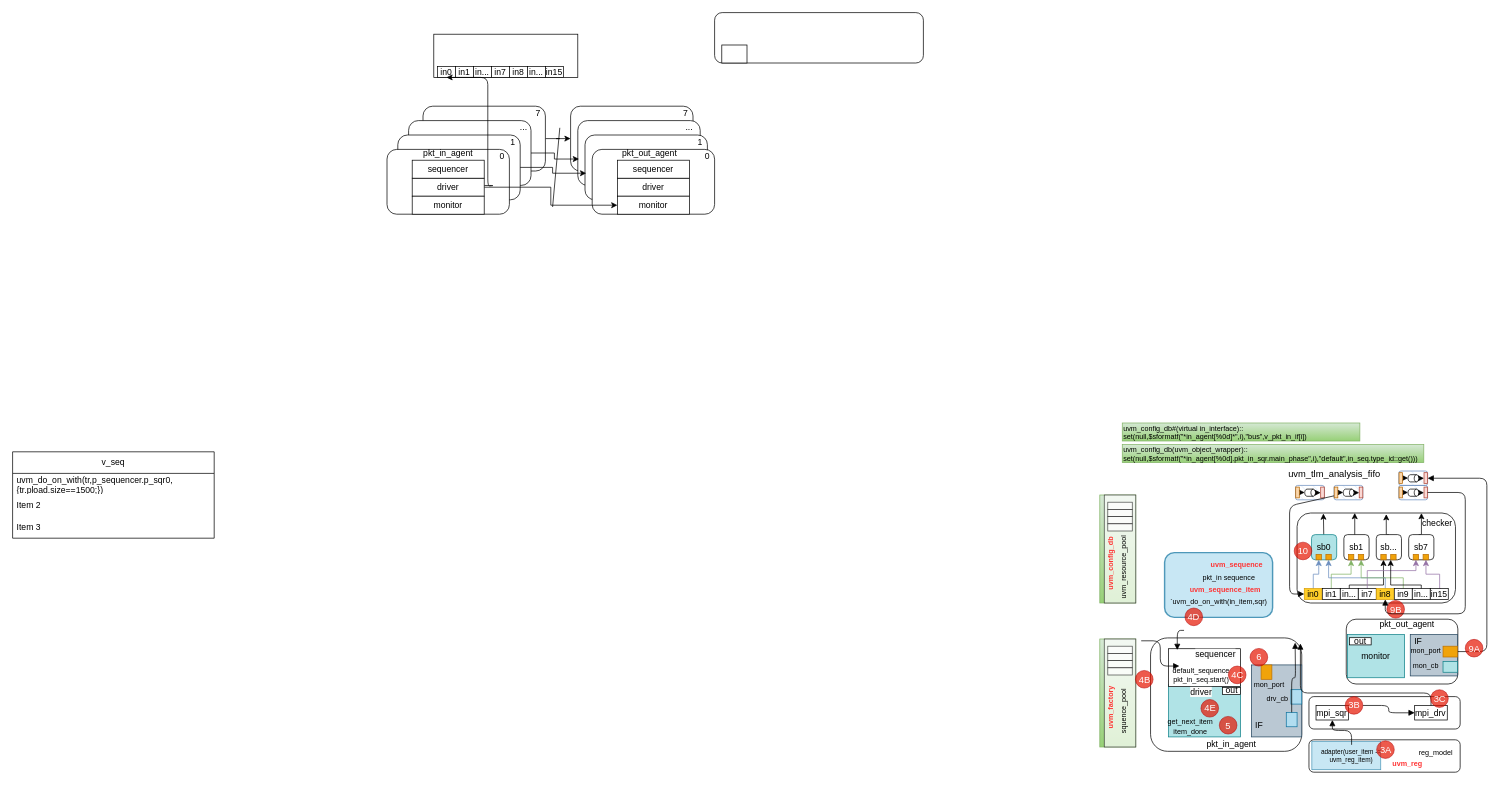
This is dt005.drawio from huangliwood/Bingo, a draw.io file, before an edit. Source tidied: cells renumbered, new cells numbered last; positions are measured from the earlier drawing's top-left corner, leaving out a move shared by most shapes. Both pictures are drawn from the tidied source at 72%, with x=0, y=0 at pixel (12, 12).
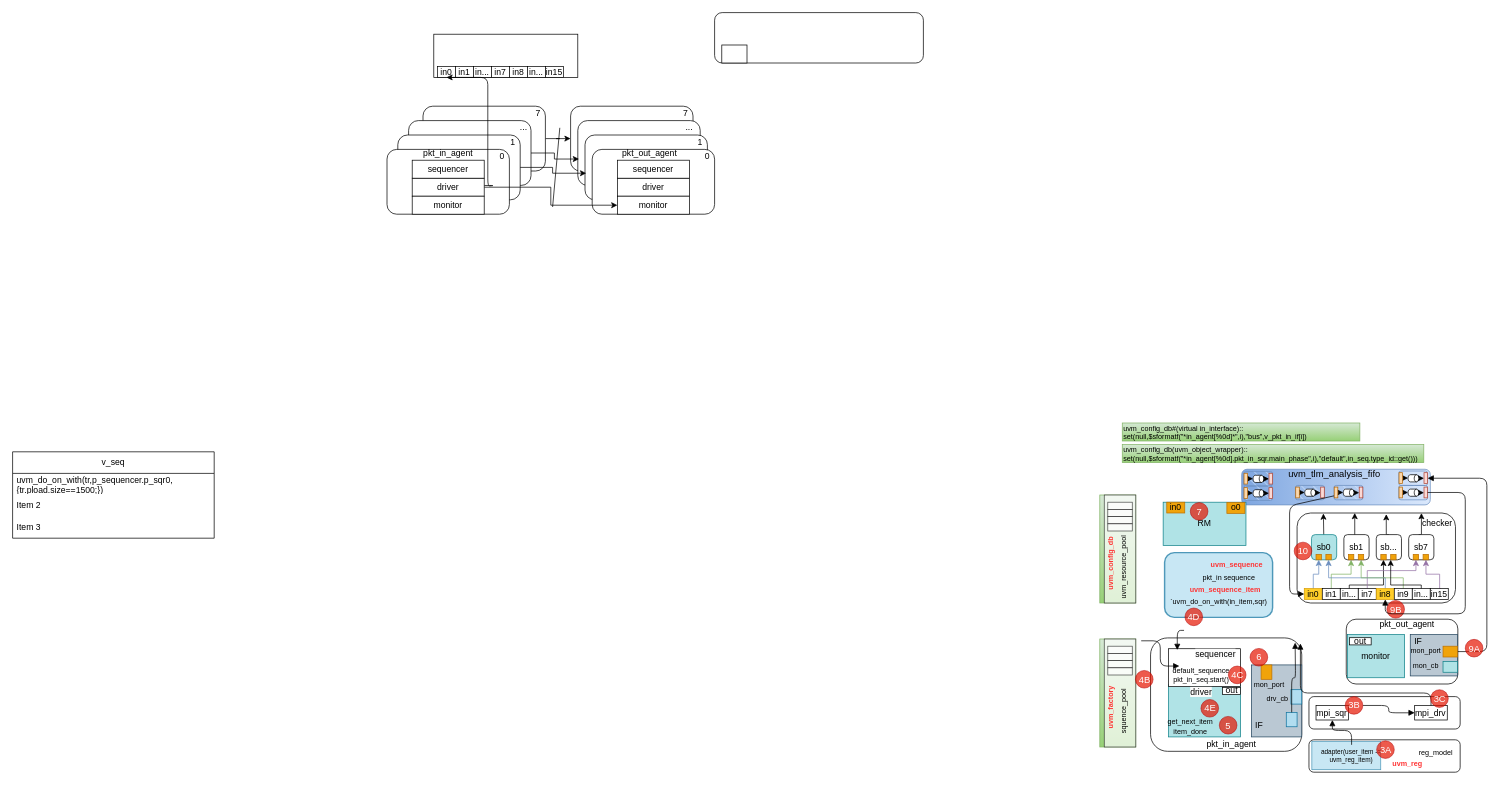
The same diagram, later.

What changed in the source:
```diff
@@
+    <mxCell id="191" style="rounded=1;whiteSpace=wrap;html=1;fillStyle=hatch;fillColor=#dae8fc;strokeColor=#6c8ebf;rotation=90;labelBackgroundColor=default;gradientColor=#7ea6e0;" parent="1" vertex="1">
+      <mxGeometry x="1813.3" y="528" width="49.5" height="262" as="geometry" />
+    </mxCell>
@@
+    <mxCell id="192" value="RM" style="rounded=0;whiteSpace=wrap;html=1;fillColor=#b0e3e6;strokeColor=#0e8088;" parent="1" vertex="1">
+      <mxGeometry x="1598" y="680" width="115" height="60" as="geometry" />
+    </mxCell>
+    <mxCell id="193" value="in0" style="rounded=0;whiteSpace=wrap;html=1;fillColor=#f0a30a;fontColor=#000000;strokeColor=#BD7000;" parent="1" vertex="1">
+      <mxGeometry x="1603" y="680" width="25" height="15" as="geometry" />
+    </mxCell>
+    <mxCell id="194" value="o0" style="rounded=0;whiteSpace=wrap;html=1;fillColor=#f0a30a;fontColor=#000000;strokeColor=#BD7000;" parent="1" vertex="1">
+      <mxGeometry x="1686.5" y="680.5" width="25" height="15" as="geometry" />
+    </mxCell>
+    <mxCell id="195" value="&lt;font style=&quot;font-size: 13px;&quot;&gt;7&lt;/font&gt;" style="ellipse;whiteSpace=wrap;html=1;glass=0;labelBackgroundColor=none;sketch=0;fillStyle=hachure;fontSize=9;fillColor=#e51400;opacity=70;strokeColor=#B20000;fontColor=#ffffff;" parent="1" vertex="1">
+      <mxGeometry x="1635.7" y="680.5" width="24.5" height="24.5" as="geometry" />
+    </mxCell>
+    <mxCell id="196" style="group;rotation=90;" parent="1" vertex="1">
+      <mxGeometry x="1730" y="630.8" width="20" height="40" as="geometry" />
+    </mxCell>
+    <mxCell id="197" style="rounded=1;whiteSpace=wrap;html=1;fillStyle=hatch;fillColor=#dae8fc;strokeColor=#6c8ebf;rotation=90;" parent="196" vertex="1">
+      <mxGeometry x="-10" y="-3.3" width="20" height="40" as="geometry" />
+    </mxCell>
+    <mxCell id="198" style="shape=cylinder3;whiteSpace=wrap;html=1;boundedLbl=1;backgroundOutline=1;size=3.199999999999932;rotation=90;" parent="196" vertex="1">
+      <mxGeometry x="-4.7" y="9.3" width="10" height="15" as="geometry" />
+    </mxCell>
+    <mxCell id="199" style="edgeStyle=orthogonalEdgeStyle;rounded=0;jettySize=auto;html=1;exitX=0.5;exitY=0;exitDx=0;exitDy=0;entryX=0.5;entryY=1;entryDx=0;entryDy=0;entryPerimeter=0;startArrow=none;startFill=0;endArrow=classic;endFill=1;" parent="196" edge="1" source="200" target="198">
+      <mxGeometry relative="1" as="geometry" />
+    </mxCell>
+    <mxCell id="200" style="rounded=0;whiteSpace=wrap;html=1;fillStyle=auto;fillColor=#fad7ac;strokeColor=#b46504;rotation=90;" parent="196" vertex="1">
+      <mxGeometry x="-24.7" y="14" width="15" height="5" as="geometry" />
+    </mxCell>
+    <mxCell id="201" style="rounded=0;whiteSpace=wrap;html=1;fillStyle=auto;fillColor=#fad9d5;strokeColor=#ae4132;rotation=90;" parent="196" vertex="1">
+      <mxGeometry x="10" y="14" width="15" height="5" as="geometry" />
+    </mxCell>
+    <mxCell id="202" style="edgeStyle=orthogonalEdgeStyle;rounded=0;jettySize=auto;html=1;exitX=0.5;exitY=0;exitDx=0;exitDy=0;exitPerimeter=0;entryX=0.5;entryY=1;entryDx=0;entryDy=0;startArrow=none;startFill=0;endArrow=classic;endFill=1;" parent="196" edge="1" source="198" target="201">
+      <mxGeometry relative="1" as="geometry" />
+    </mxCell>
+    <mxCell id="203" style="group;rotation=90;" parent="1" vertex="1">
+      <mxGeometry x="1730" y="650.8" width="20" height="40" as="geometry" />
+    </mxCell>
+    <mxCell id="204" style="rounded=1;whiteSpace=wrap;html=1;fillStyle=hatch;fillColor=#dae8fc;strokeColor=#6c8ebf;rotation=90;" parent="203" vertex="1">
+      <mxGeometry x="-10" y="-3.3" width="20" height="40" as="geometry" />
+    </mxCell>
+    <mxCell id="205" style="shape=cylinder3;whiteSpace=wrap;html=1;boundedLbl=1;backgroundOutline=1;size=3.199999999999932;rotation=90;" parent="203" vertex="1">
+      <mxGeometry x="-4.7" y="9.3" width="10" height="15" as="geometry" />
+    </mxCell>
+    <mxCell id="206" style="edgeStyle=orthogonalEdgeStyle;rounded=0;jettySize=auto;html=1;exitX=0.5;exitY=0;exitDx=0;exitDy=0;entryX=0.5;entryY=1;entryDx=0;entryDy=0;entryPerimeter=0;startArrow=none;startFill=0;endArrow=classic;endFill=1;" parent="203" edge="1" source="207" target="205">
+      <mxGeometry relative="1" as="geometry" />
+    </mxCell>
+    <mxCell id="207" style="rounded=0;whiteSpace=wrap;html=1;fillStyle=auto;fillColor=#fad7ac;strokeColor=#b46504;rotation=90;" parent="203" vertex="1">
+      <mxGeometry x="-24.7" y="14" width="15" height="5" as="geometry" />
+    </mxCell>
+    <mxCell id="208" style="rounded=0;whiteSpace=wrap;html=1;fillStyle=auto;fillColor=#fad9d5;strokeColor=#ae4132;rotation=90;" parent="203" vertex="1">
+      <mxGeometry x="10" y="14" width="15" height="5" as="geometry" />
+    </mxCell>
+    <mxCell id="209" style="edgeStyle=orthogonalEdgeStyle;rounded=0;jettySize=auto;html=1;exitX=0.5;exitY=0;exitDx=0;exitDy=0;exitPerimeter=0;entryX=0.5;entryY=1;entryDx=0;entryDy=0;startArrow=none;startFill=0;endArrow=classic;endFill=1;" parent="203" edge="1" source="205" target="208">
+      <mxGeometry relative="1" as="geometry" />
+    </mxCell>
```
